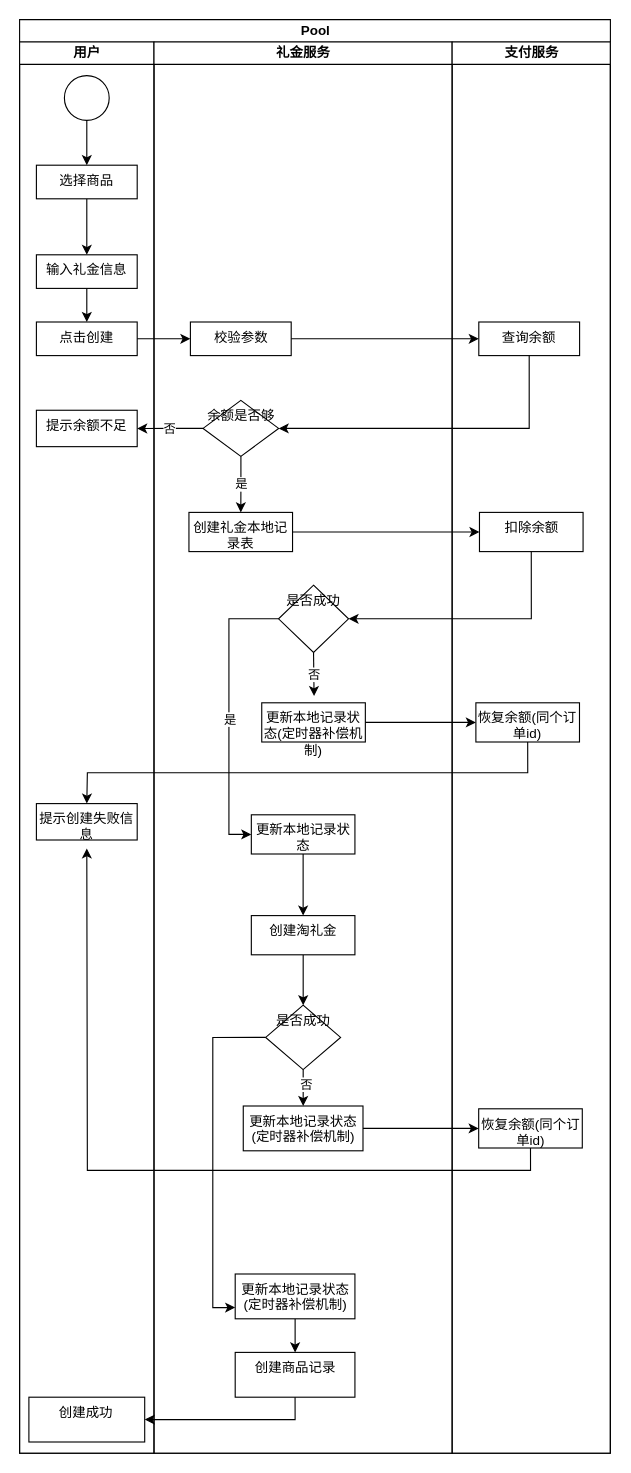
Earlier version of the draw.io diagram miyuan/礼金创建流程.drawio (smallleaf/draw.io). Source tidied: cells renumbered, new cells numbered last; positions are measured from the earlier drawing's top-left corner, leaving out a move shared by most shapes. Both pictures are drawn from the tidied source at 112%, with x=0, y=0 at pixel (19, 19).
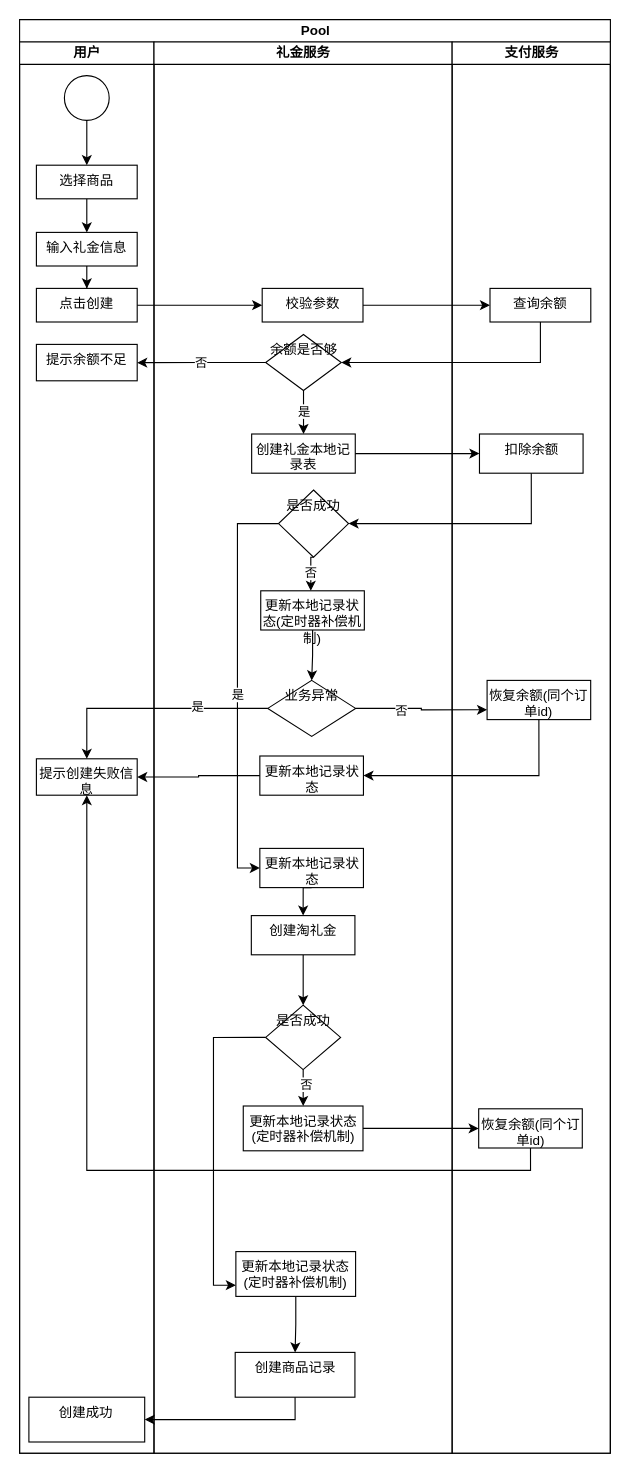
The same diagram, later.

Commit message (it also covers changes not shown here):
更新礼金创建流程.drawio

The change refers to these unchanged cells:
```xml
<mxCell id="2" value="Pool" style="swimlane;startSize=20;html=1;" parent="1" vertex="1">
  <mxGeometry width="527.5" height="1280" as="geometry" />
</mxCell>
<mxCell id="3" value="用户" style="swimlane;startSize=20;html=1;" parent="2" vertex="1">
  <mxGeometry y="20" width="120" height="1260" as="geometry" />
</mxCell>
<mxCell id="14" value="礼金服务" style="swimlane;startSize=20;html=1;" parent="2" vertex="1">
  <mxGeometry x="120" y="20" width="266.2" height="1260" as="geometry" />
</mxCell>
<mxCell id="27" value="创建淘礼金" style="whiteSpace=wrap;html=1;verticalAlign=top;" parent="14" vertex="1">
  <mxGeometry x="86.9" y="780" width="92.5" height="35" as="geometry" />
</mxCell>
<mxCell id="36" value="支付服务" style="swimlane;startSize=20;html=1;" parent="2" vertex="1">
  <mxGeometry x="386.2" y="20" width="141.2" height="1260" as="geometry" />
</mxCell>
<mxCell id="42" value="恢复余额(同个订单id)" style="whiteSpace=wrap;html=1;verticalAlign=top;" parent="36" vertex="1">
  <mxGeometry x="23.7" y="952.5" width="92.5" height="35" as="geometry" />
</mxCell>
```

What changed in the source:
```diff
@@
     <mxCell id="9" value="输入礼金信息" style="whiteSpace=wrap;html=1;verticalAlign=top;" parent="3" vertex="1">
-      <mxGeometry x="15" y="190" width="90" height="30" as="geometry" />
+      <mxGeometry x="15" y="170" width="90" height="30" as="geometry" />
     </mxCell>
     <mxCell id="10" value="点击创建" style="whiteSpace=wrap;html=1;verticalAlign=top;" parent="3" vertex="1">
-      <mxGeometry x="15" y="250" width="90" height="30" as="geometry" />
+      <mxGeometry x="15" y="220" width="90" height="30" as="geometry" />
     </mxCell>
     <mxCell id="11" value="提示余额不足" style="whiteSpace=wrap;html=1;verticalAlign=top;" parent="3" vertex="1">
-      <mxGeometry x="15" y="328.8" width="90" height="32.5" as="geometry" />
+      <mxGeometry x="15" y="270" width="90" height="32.5" as="geometry" />
     </mxCell>
     <mxCell id="12" value="提示创建失败信息" style="whiteSpace=wrap;html=1;verticalAlign=top;" parent="3" vertex="1">
-      <mxGeometry x="15" y="680" width="90" height="32.5" as="geometry" />
+      <mxGeometry x="15" y="640" width="90" height="32.5" as="geometry" />
     </mxCell>
@@
     <mxCell id="15" value="校验参数" style="whiteSpace=wrap;html=1;verticalAlign=top;" parent="14" vertex="1">
-      <mxGeometry x="32.5" y="250" width="90" height="30" as="geometry" />
+      <mxGeometry x="96.6" y="220" width="90" height="30" as="geometry" />
     </mxCell>
@@
     <mxCell id="17" value="余额是否够" style="rhombus;whiteSpace=wrap;html=1;verticalAlign=top;" parent="14" vertex="1">
-      <mxGeometry x="43.8" y="320" width="67.5" height="50" as="geometry" />
+      <mxGeometry x="99.7" y="261.2" width="67.5" height="50" as="geometry" />
     </mxCell>
     <mxCell id="18" value="创建礼金本地记录表" style="whiteSpace=wrap;html=1;verticalAlign=top;" parent="14" vertex="1">
-      <mxGeometry x="31.2" y="420" width="92.5" height="35" as="geometry" />
+      <mxGeometry x="87.2" y="350" width="92.5" height="35" as="geometry" />
     </mxCell>
-    <mxCell id="19" style="edgeStyle=orthogonalEdgeStyle;rounded=0;jettySize=auto;html=1;exitX=0;exitY=0.5;exitDx=0;exitDy=0;entryX=0;entryY=0.5;entryDx=0;entryDy=0;" parent="14" edge="1" source="21" target="25">
-      <mxGeometry relative="1" as="geometry" />
-    </mxCell>
-    <mxCell id="20" value="是" style="edgeLabel;html=1;align=center;verticalAlign=middle;" parent="19" vertex="1">
-      <mxGeometry x="0.04" y="1" relative="1" as="geometry" />
-    </mxCell>
+    <mxCell id="53" value="否" style="edgeStyle=orthogonalEdgeStyle;rounded=0;jettySize=auto;html=1;exitX=0.5;exitY=1;exitDx=0;exitDy=0;" parent="14" edge="1" source="21">
+      <mxGeometry relative="1" as="geometry">
+        <mxPoint x="140" y="490" as="targetPoint" />
+      </mxGeometry>
+    </mxCell>
+    <mxCell id="54" style="edgeStyle=orthogonalEdgeStyle;rounded=0;jettySize=auto;html=1;exitX=0;exitY=0.5;exitDx=0;exitDy=0;entryX=0;entryY=0.5;entryDx=0;entryDy=0;" parent="14" edge="1" source="21" target="59">
+      <mxGeometry relative="1" as="geometry" />
+    </mxCell>
+    <mxCell id="55" value="是" style="edgeLabel;html=1;align=center;verticalAlign=middle;" parent="54" vertex="1">
+      <mxGeometry x="0.04" relative="1" as="geometry" />
+    </mxCell>
     <mxCell id="21" value="是否成功" style="rhombus;whiteSpace=wrap;html=1;verticalAlign=top;" parent="14" vertex="1">
-      <mxGeometry x="111.2" y="485" width="62.5" height="60" as="geometry" />
+      <mxGeometry x="111.2" y="400" width="62.5" height="60" as="geometry" />
     </mxCell>
+    <mxCell id="56" style="edgeStyle=orthogonalEdgeStyle;rounded=0;jettySize=auto;html=1;" parent="14" edge="1" source="22" target="57">
+      <mxGeometry relative="1" as="geometry" />
+    </mxCell>
     <mxCell id="22" value="更新本地记录状态(定时器补偿机制)" style="whiteSpace=wrap;html=1;verticalAlign=top;" parent="14" vertex="1">
-      <mxGeometry x="96.2" y="590" width="92.5" height="35" as="geometry" />
+      <mxGeometry x="95.3" y="490" width="92.5" height="35" as="geometry" />
     </mxCell>
-    <mxCell id="23" value="否" style="edgeStyle=orthogonalEdgeStyle;rounded=0;jettySize=auto;html=1;exitX=0.5;exitY=1;exitDx=0;exitDy=0;entryX=0.505;entryY=-0.171;entryDx=0;entryDy=0;entryPerimeter=0;" parent="14" edge="1" source="21" target="22">
-      <mxGeometry relative="1" as="geometry" />
-    </mxCell>
-    <mxCell id="24" style="edgeStyle=orthogonalEdgeStyle;rounded=0;jettySize=auto;html=1;" parent="14" edge="1" source="25" target="27">
-      <mxGeometry relative="1" as="geometry" />
-    </mxCell>
     <mxCell id="25" value="更新本地记录状态" style="whiteSpace=wrap;html=1;verticalAlign=top;" parent="14" vertex="1">
-      <mxGeometry x="86.9" y="690" width="92.5" height="35" as="geometry" />
+      <mxGeometry x="94.5" y="637.5" width="92.5" height="35" as="geometry" />
     </mxCell>
@@
     <mxCell id="34" value="更新本地记录状态(定时器补偿机制)" style="whiteSpace=wrap;html=1;verticalAlign=top;" parent="14" vertex="1">
-      <mxGeometry x="72.5" y="1100" width="106.9" height="40" as="geometry" />
+      <mxGeometry x="73.1" y="1080" width="106.9" height="40" as="geometry" />
     </mxCell>
@@
+    <mxCell id="57" value="业务异常" style="rhombus;whiteSpace=wrap;html=1;verticalAlign=top;" parent="14" vertex="1">
+      <mxGeometry x="101.6" y="570" width="78.4" height="50" as="geometry" />
+    </mxCell>
+    <mxCell id="58" style="edgeStyle=orthogonalEdgeStyle;rounded=0;jettySize=auto;html=1;exitX=0.5;exitY=1;exitDx=0;exitDy=0;entryX=0.5;entryY=0;entryDx=0;entryDy=0;" parent="14" edge="1" source="59" target="27">
+      <mxGeometry relative="1" as="geometry" />
+    </mxCell>
+    <mxCell id="59" value="更新本地记录状态" style="whiteSpace=wrap;html=1;verticalAlign=top;" parent="14" vertex="1">
+      <mxGeometry x="94.5" y="720" width="92.5" height="35" as="geometry" />
+    </mxCell>
@@
     <mxCell id="37" value="查询余额" style="whiteSpace=wrap;html=1;verticalAlign=top;" parent="36" vertex="1">
-      <mxGeometry x="23.8" y="250" width="90" height="30" as="geometry" />
+      <mxGeometry x="33.8" y="220" width="90" height="30" as="geometry" />
     </mxCell>
     <mxCell id="38" value="扣除余额" style="whiteSpace=wrap;html=1;verticalAlign=top;" parent="36" vertex="1">
-      <mxGeometry x="24.4" y="420" width="92.5" height="35" as="geometry" />
+      <mxGeometry x="24.4" y="350" width="92.5" height="35" as="geometry" />
     </mxCell>
-    <mxCell id="39" style="edgeStyle=orthogonalEdgeStyle;rounded=0;jettySize=auto;html=1;exitX=0.5;exitY=1;exitDx=0;exitDy=0;" parent="36" edge="1" source="40">
-      <mxGeometry relative="1" as="geometry">
-        <mxPoint x="-326.2" y="680" as="targetPoint" />
-      </mxGeometry>
-    </mxCell>
     <mxCell id="40" value="恢复余额(同个订单id)" style="whiteSpace=wrap;html=1;verticalAlign=top;" parent="36" vertex="1">
-      <mxGeometry x="21.2" y="590" width="92.5" height="35" as="geometry" />
+      <mxGeometry x="31.2" y="570" width="92.5" height="35" as="geometry" />
     </mxCell>
-    <mxCell id="41" style="edgeStyle=orthogonalEdgeStyle;rounded=0;jettySize=auto;html=1;exitX=0.5;exitY=1;exitDx=0;exitDy=0;" parent="36" edge="1" source="42">
-      <mxGeometry relative="1" as="geometry">
-        <mxPoint x="-326.2" y="720" as="targetPoint" />
-      </mxGeometry>
-    </mxCell>
@@
-    <mxCell id="50" style="edgeStyle=orthogonalEdgeStyle;rounded=0;jettySize=auto;html=1;exitX=1;exitY=0.5;exitDx=0;exitDy=0;entryX=0;entryY=0.5;entryDx=0;entryDy=0;" parent="2" edge="1" source="22" target="40">
-      <mxGeometry relative="1" as="geometry" />
-    </mxCell>
@@
+    <mxCell id="60" style="edgeStyle=orthogonalEdgeStyle;rounded=0;jettySize=auto;html=1;exitX=1;exitY=0.5;exitDx=0;exitDy=0;entryX=0;entryY=0.75;entryDx=0;entryDy=0;" parent="2" edge="1" source="57" target="40">
+      <mxGeometry relative="1" as="geometry" />
+    </mxCell>
+    <mxCell id="61" value="否" style="edgeLabel;html=1;align=center;verticalAlign=middle;" parent="60" vertex="1">
+      <mxGeometry x="-0.33" y="-1" relative="1" as="geometry" />
+    </mxCell>
+    <mxCell id="62" style="edgeStyle=orthogonalEdgeStyle;rounded=0;jettySize=auto;html=1;exitX=0;exitY=0.5;exitDx=0;exitDy=0;entryX=1;entryY=0.5;entryDx=0;entryDy=0;" parent="2" edge="1" source="25" target="12">
+      <mxGeometry relative="1" as="geometry" />
+    </mxCell>
+    <mxCell id="41" style="edgeStyle=orthogonalEdgeStyle;rounded=0;jettySize=auto;html=1;exitX=0.5;exitY=1;exitDx=0;exitDy=0;entryX=0.5;entryY=1;entryDx=0;entryDy=0;" parent="2" edge="1" source="42" target="12">
+      <mxGeometry relative="1" as="geometry" />
+    </mxCell>
+    <mxCell id="63" style="edgeStyle=orthogonalEdgeStyle;rounded=0;jettySize=auto;html=1;exitX=0.5;exitY=1;exitDx=0;exitDy=0;entryX=1;entryY=0.5;entryDx=0;entryDy=0;" parent="2" edge="1" source="40" target="25">
+      <mxGeometry relative="1" as="geometry" />
+    </mxCell>
+    <mxCell id="64" style="edgeStyle=orthogonalEdgeStyle;rounded=0;jettySize=auto;html=1;exitX=0;exitY=0.5;exitDx=0;exitDy=0;entryX=0.5;entryY=0;entryDx=0;entryDy=0;" parent="2" edge="1" source="57" target="12">
+      <mxGeometry relative="1" as="geometry" />
+    </mxCell>
+    <mxCell id="65" value="是" style="edgeLabel;html=1;align=center;verticalAlign=middle;" parent="64" vertex="1">
+      <mxGeometry x="-0.39" y="-2" relative="1" as="geometry" />
+    </mxCell>
```
